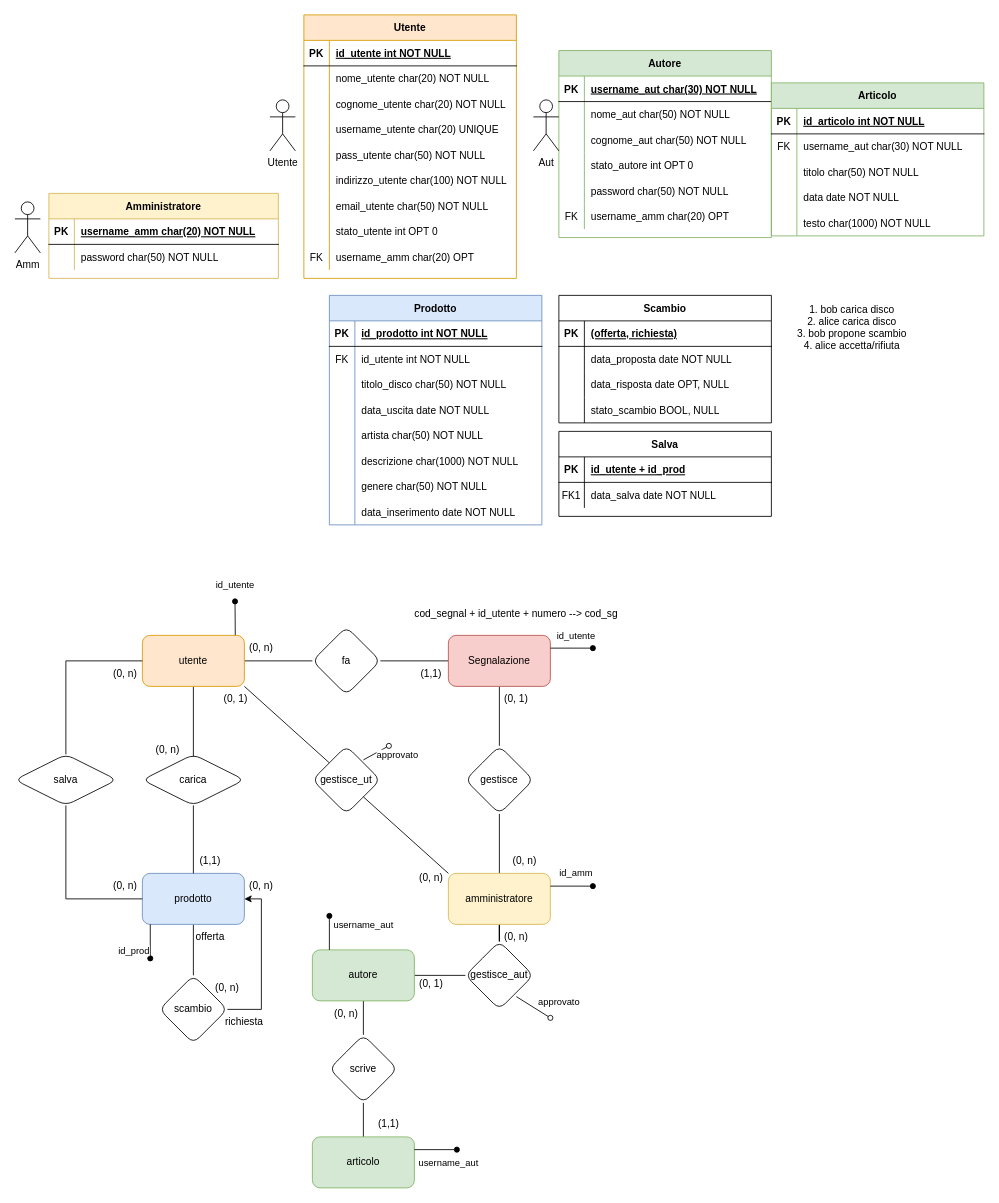
The draw.io diagram testDraw.drawio in nonPitte/testDraw, before the edit. Source tidied: cells renumbered, new cells numbered last; positions are measured from the earlier drawing's top-left corner, leaving out a move shared by most shapes. Both pictures are drawn from the tidied source at 85%, with x=0, y=0 at pixel (14, 14).
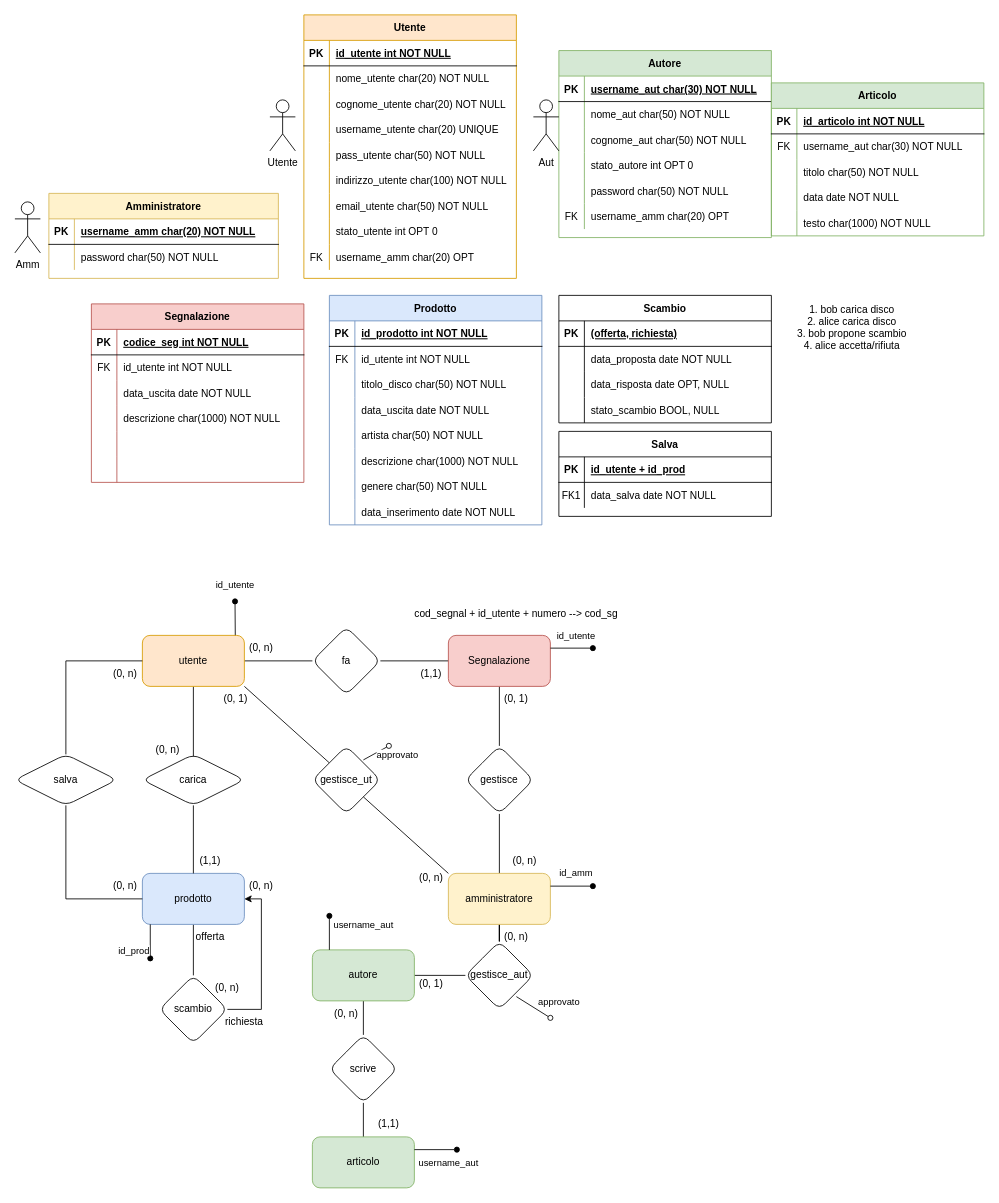
The same page after the edit.

Commit message:
aggiungi segnalazione

Change to the diagram source:
```diff
@@
+    <mxCell id="179" value="Segnalazione" style="shape=table;startSize=30;childLayout=tableLayout;rowLines=0;fontStyle=1;align=center;fillColor=#f8cecc;strokeColor=#b85450;" parent="1" vertex="1">
+      <mxGeometry x="90" y="340" width="250" height="210" as="geometry" />
+    </mxCell>
+    <mxCell id="180" style="shape=partialRectangle;fillColor=none;top=0;left=0;right=0;bottom=1;" parent="179" vertex="1">
+      <mxGeometry y="30" width="250" height="30" as="geometry" />
+    </mxCell>
+    <mxCell id="181" value="PK" style="shape=partialRectangle;overflow=hidden;fillColor=none;top=0;left=0;bottom=0;right=0;fontStyle=1;" parent="180" vertex="1">
+      <mxGeometry width="30" height="30" as="geometry" />
+    </mxCell>
+    <mxCell id="182" value="codice_seg int NOT NULL " style="shape=partialRectangle;overflow=hidden;fillColor=none;top=0;left=0;bottom=0;right=0;align=left;spacingLeft=6;fontStyle=5;" parent="180" vertex="1">
+      <mxGeometry x="30" width="220" height="30" as="geometry" />
+    </mxCell>
+    <mxCell id="183" style="shape=partialRectangle;fillColor=none;top=0;left=0;right=0;bottom=0;" parent="179" vertex="1">
+      <mxGeometry y="60" width="250" height="30" as="geometry" />
+    </mxCell>
+    <mxCell id="184" value="FK" style="shape=partialRectangle;overflow=hidden;fillColor=none;top=0;left=0;bottom=0;right=0;" parent="183" vertex="1">
+      <mxGeometry width="30" height="30" as="geometry" />
+    </mxCell>
+    <mxCell id="185" value="id_utente int NOT NULL " style="shape=partialRectangle;overflow=hidden;fillColor=none;top=0;left=0;bottom=0;right=0;align=left;spacingLeft=6;" parent="183" vertex="1">
+      <mxGeometry x="30" width="220" height="30" as="geometry" />
+    </mxCell>
+    <mxCell id="186" style="shape=partialRectangle;fillColor=none;top=0;left=0;right=0;bottom=0;" parent="179" vertex="1">
+      <mxGeometry y="90" width="250" height="30" as="geometry" />
+    </mxCell>
+    <mxCell id="187" style="shape=partialRectangle;overflow=hidden;fillColor=none;top=0;left=0;bottom=0;right=0;" parent="186" vertex="1">
+      <mxGeometry width="30" height="30" as="geometry" />
+    </mxCell>
+    <mxCell id="188" value="data_uscita date NOT NULL" style="shape=partialRectangle;overflow=hidden;fillColor=none;top=0;left=0;bottom=0;right=0;align=left;spacingLeft=6;" parent="186" vertex="1">
+      <mxGeometry x="30" width="220" height="30" as="geometry" />
+    </mxCell>
+    <mxCell id="189" style="shape=partialRectangle;fillColor=none;top=0;left=0;right=0;bottom=0;" parent="179" vertex="1">
+      <mxGeometry y="120" width="250" height="30" as="geometry" />
+    </mxCell>
+    <mxCell id="190" style="shape=partialRectangle;overflow=hidden;fillColor=none;top=0;left=0;bottom=0;right=0;" parent="189" vertex="1">
+      <mxGeometry width="30" height="30" as="geometry" />
+    </mxCell>
+    <mxCell id="191" value="descrizione char(1000) NOT NULL" style="shape=partialRectangle;overflow=hidden;fillColor=none;top=0;left=0;bottom=0;right=0;align=left;spacingLeft=6;" parent="189" vertex="1">
+      <mxGeometry x="30" width="220" height="30" as="geometry" />
+    </mxCell>
+    <mxCell id="192" style="shape=partialRectangle;fillColor=none;top=0;left=0;right=0;bottom=0;" parent="179" vertex="1">
+      <mxGeometry y="150" width="250" height="30" as="geometry" />
+    </mxCell>
+    <mxCell id="193" style="shape=partialRectangle;overflow=hidden;fillColor=none;top=0;left=0;bottom=0;right=0;" parent="192" vertex="1">
+      <mxGeometry width="30" height="30" as="geometry" />
+    </mxCell>
+    <mxCell id="194" style="shape=partialRectangle;overflow=hidden;fillColor=none;top=0;left=0;bottom=0;right=0;align=left;spacingLeft=6;" parent="192" vertex="1">
+      <mxGeometry x="30" width="220" height="30" as="geometry" />
+    </mxCell>
+    <mxCell id="195" style="shape=partialRectangle;fillColor=none;top=0;left=0;right=0;bottom=0;" parent="179" vertex="1">
+      <mxGeometry y="180" width="250" height="30" as="geometry" />
+    </mxCell>
+    <mxCell id="196" style="shape=partialRectangle;overflow=hidden;fillColor=none;top=0;left=0;bottom=0;right=0;" parent="195" vertex="1">
+      <mxGeometry width="30" height="30" as="geometry" />
+    </mxCell>
+    <mxCell id="197" style="shape=partialRectangle;overflow=hidden;fillColor=none;top=0;left=0;bottom=0;right=0;align=left;spacingLeft=6;" parent="195" vertex="1">
+      <mxGeometry x="30" width="220" height="30" as="geometry" />
+    </mxCell>
```
